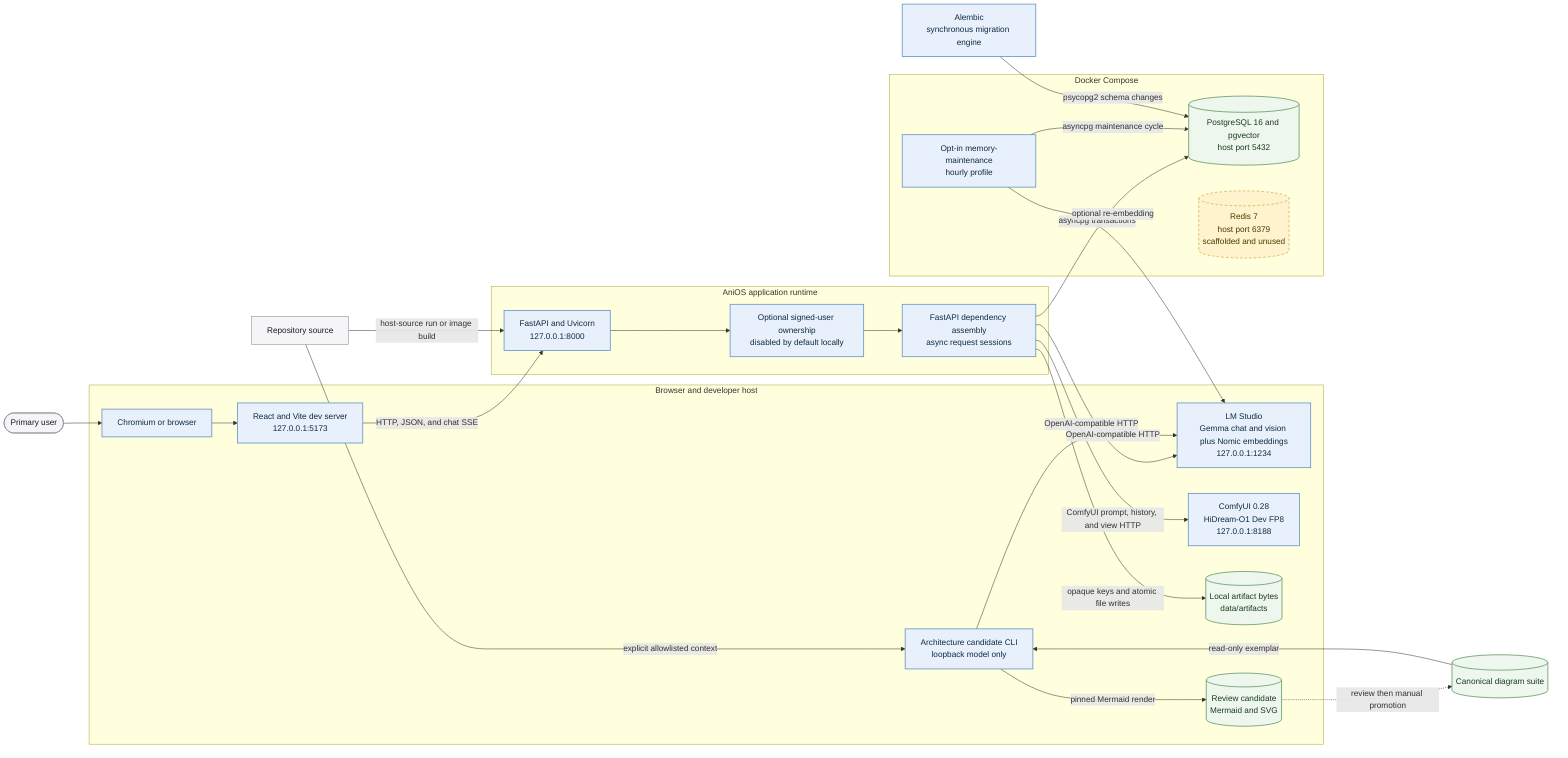
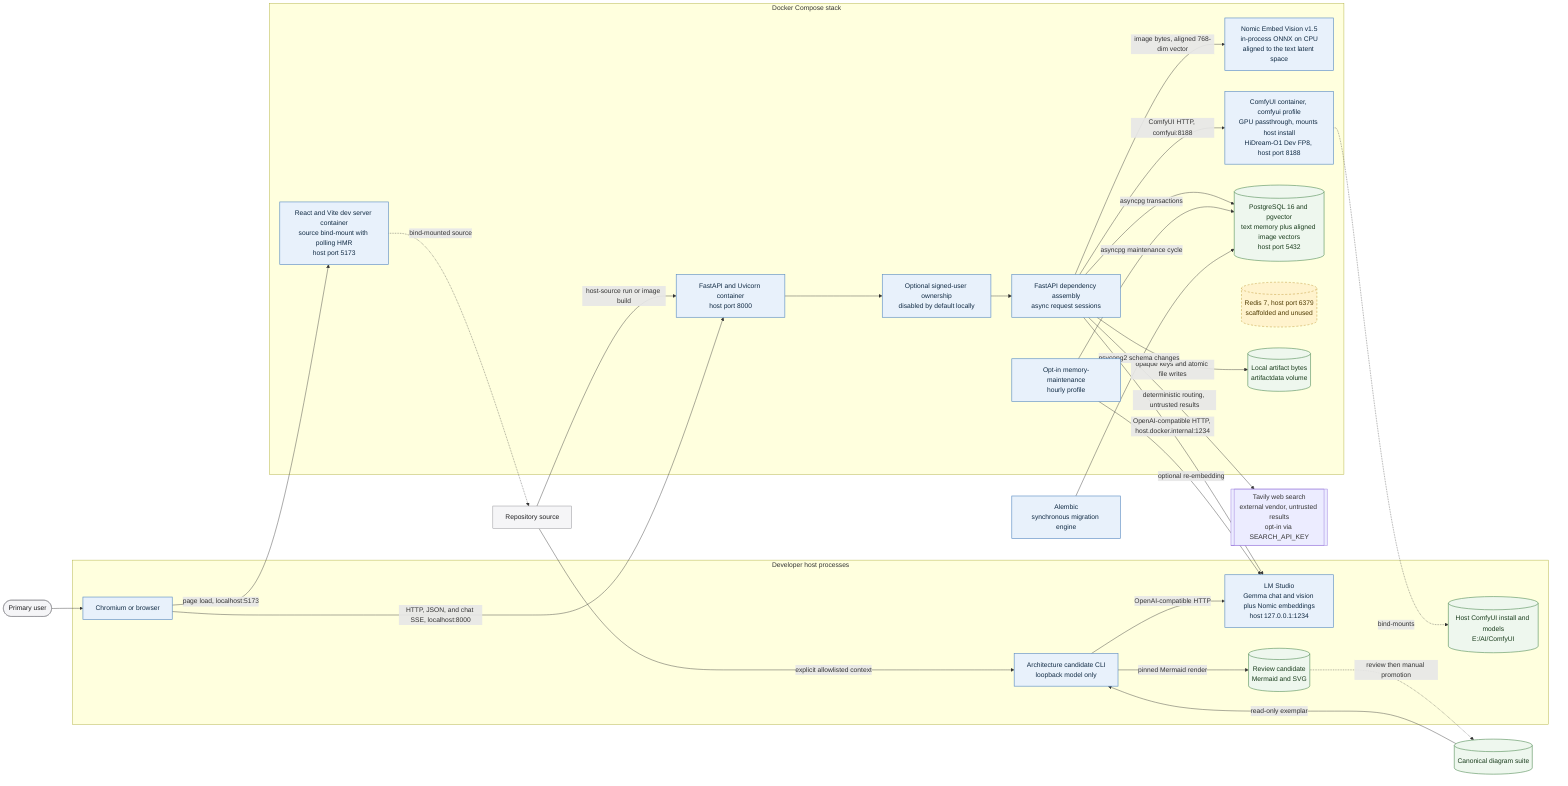
flowchart LR
    User([Primary user])

-     subgraph BrowserHost[Browser and developer host]
+     subgraph Host[Developer host processes]
        Browser[Chromium or browser]
-         Frontend[React and Vite dev server<br/>127.0.0.1:5173]
-         LMStudio[LM Studio<br/>Gemma chat and vision plus Nomic embeddings<br/>127.0.0.1:1234]
-         ComfyUI[ComfyUI 0.28<br/>HiDream-O1 Dev FP8<br/>127.0.0.1:8188]
-         BinaryStore[(Local artifact bytes<br/>data/artifacts)]
+         LMStudio[LM Studio<br/>Gemma chat and vision plus Nomic embeddings<br/>host 127.0.0.1:1234]
        DiagramCLI[Architecture candidate CLI<br/>loopback model only]
        Candidate[(Review candidate<br/>Mermaid and SVG)]
+         ComfyInstall[(Host ComfyUI install and models<br/>E:/AI/ComfyUI)]
    end

-     subgraph ApplicationRuntime[AniOS application runtime]
-         Backend[FastAPI and Uvicorn<br/>127.0.0.1:8000]
+     subgraph Compose[Docker Compose stack]
+         Frontend[React and Vite dev server container<br/>source bind-mount with polling HMR<br/>host port 5173]
+         Backend[FastAPI and Uvicorn container<br/>host port 8000]
+         VisionEmbed[Nomic Embed Vision v1.5<br/>in-process ONNX on CPU<br/>aligned to the text latent space]
        Dependencies[FastAPI dependency assembly<br/>async request sessions]
        Auth[Optional signed-user ownership<br/>disabled by default locally]
+         ComfyUI[ComfyUI container, comfyui profile<br/>GPU passthrough, mounts host install<br/>HiDream-O1 Dev FP8, host port 8188]
+         Postgres[(PostgreSQL 16 and pgvector<br/>text memory plus aligned image vectors<br/>host port 5432)]
+         Redis[(Redis 7, host port 6379<br/>scaffolded and unused)]
+         Maintenance[Opt-in memory-maintenance<br/>hourly profile]
+         BinaryStore[(Local artifact bytes<br/>artifactdata volume)]
    end

-     subgraph Compose[Docker Compose]
-         Postgres[(PostgreSQL 16 and pgvector<br/>host port 5432)]
-         Redis[(Redis 7<br/>host port 6379<br/>scaffolded and unused)]
-         Maintenance[Opt-in memory-maintenance<br/>hourly profile]
-     end
- 
+     WebSearch[[Tavily web search<br/>external vendor, untrusted results<br/>opt-in via SEARCH_API_KEY]]
    Source[Repository source]
    Canonical[(Canonical diagram suite)]
    Migration[Alembic<br/>synchronous migration engine]

    User --> Browser
-     Browser --> Frontend
-     Frontend -->|HTTP, JSON, and chat SSE| Backend
+     Browser -->|page load, localhost:5173| Frontend
+     Browser -->|HTTP, JSON, and chat SSE, localhost:8000| Backend
+     Frontend -. bind-mounted source .-> Source
    Backend --> Auth
    Auth --> Dependencies
    Dependencies -->|asyncpg transactions| Postgres
-     Dependencies -->|OpenAI-compatible HTTP| LMStudio
-     Dependencies -->|ComfyUI prompt, history, and view HTTP| ComfyUI
+     Dependencies -->|image bytes, aligned 768-dim vector| VisionEmbed
+     Dependencies -->|deterministic routing, untrusted results| WebSearch
+     Dependencies -->|OpenAI-compatible HTTP, host.docker.internal:1234| LMStudio
+     Dependencies -->|ComfyUI HTTP, comfyui:8188| ComfyUI
    Dependencies -->|opaque keys and atomic file writes| BinaryStore
+     ComfyUI -. bind-mounts .-> ComfyInstall
    Maintenance -->|asyncpg maintenance cycle| Postgres
    Maintenance -->|optional re-embedding| LMStudio
    Migration -->|psycopg2 schema changes| Postgres
    Source -->|host-source run or image build| Backend
    Source -->|explicit allowlisted context| DiagramCLI
    Canonical -->|read-only exemplar| DiagramCLI
    DiagramCLI -->|OpenAI-compatible HTTP| LMStudio
    DiagramCLI -->|pinned Mermaid render| Candidate
    Candidate -.->|review then manual promotion| Canonical

    classDef user fill:#f5f5f7,stroke:#86868b,color:#1d1d1f;
    classDef process fill:#e8f1fb,stroke:#5e8fc4,color:#102a43,stroke-width:1.5px;
    classDef data fill:#eef7ee,stroke:#5f9562,color:#183b1b,stroke-width:1.5px;
    classDef scaffold fill:#fff3cd,stroke:#b78b20,color:#4d3900,stroke-dasharray:5 4;
    class User,Source user;
-     class Browser,Frontend,LMStudio,ComfyUI,Backend,Dependencies,Auth,Maintenance,Migration,DiagramCLI process;
-     class Postgres,BinaryStore,Candidate,Canonical data;
+     class Browser,Frontend,LMStudio,ComfyUI,Backend,Dependencies,Auth,Maintenance,Migration,DiagramCLI,VisionEmbed process;
+     class Postgres,BinaryStore,Candidate,Canonical,ComfyInstall data;
    class Redis scaffold;
